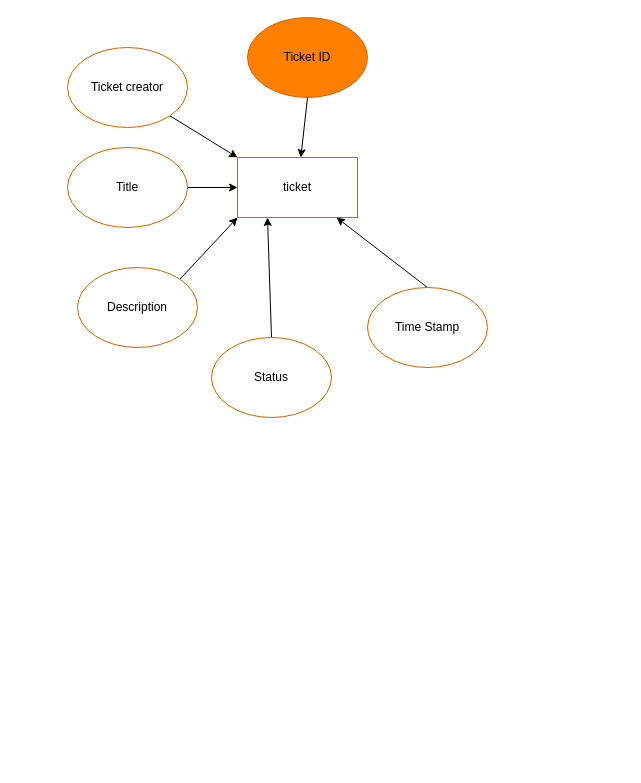
The draw.io diagram page "ERR_MVP" (4 of 4) of Final_projet.drawio in jake4327/Final_Project, before the edit. Source tidied: cells renumbered, new cells numbered last; positions are measured from the earlier drawing's top-left corner, leaving out a move shared by most shapes. Both pictures are drawn from the tidied source at 100%, with x=0, y=0 at pixel (67, 17).
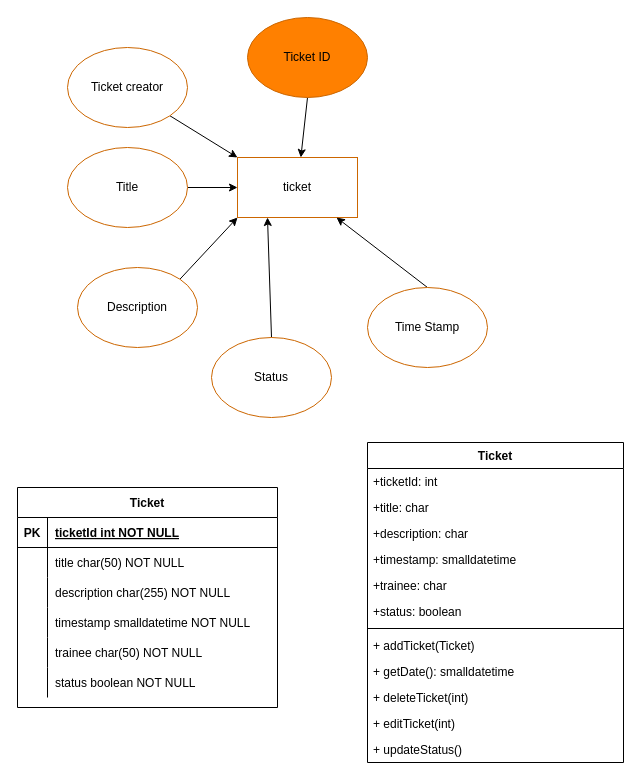
The same diagram, later.

The edit, as a diff of the source:
```diff
@@
+    <mxCell id="15" value="Ticket" style="shape=table;startSize=30;childLayout=tableLayout;rowLines=0;fontStyle=1;align=center;" parent="1" vertex="1">
+      <mxGeometry x="-50" y="470" width="260" height="220" as="geometry" />
+    </mxCell>
+    <mxCell id="16" style="shape=partialRectangle;fillColor=none;top=0;left=0;bottom=1;right=0;" parent="15" vertex="1">
+      <mxGeometry y="30" width="260" height="30" as="geometry" />
+    </mxCell>
+    <mxCell id="17" value="PK" style="shape=partialRectangle;fillColor=none;top=0;left=0;bottom=0;right=0;fontStyle=1;overflow=hidden;" parent="16" vertex="1">
+      <mxGeometry width="30" height="30" as="geometry" />
+    </mxCell>
+    <mxCell id="18" value="ticketId int NOT NULL" style="shape=partialRectangle;fillColor=none;top=0;left=0;bottom=0;right=0;align=left;spacingLeft=6;fontStyle=5;overflow=hidden;" parent="16" vertex="1">
+      <mxGeometry x="30" width="230" height="30" as="geometry" />
+    </mxCell>
+    <mxCell id="19" style="shape=partialRectangle;fillColor=none;top=0;left=0;bottom=0;right=0;" parent="15" vertex="1">
+      <mxGeometry y="60" width="260" height="30" as="geometry" />
+    </mxCell>
+    <mxCell id="20" style="shape=partialRectangle;fillColor=none;top=0;left=0;bottom=0;right=0;overflow=hidden;" parent="19" vertex="1">
+      <mxGeometry width="30" height="30" as="geometry" />
+    </mxCell>
+    <mxCell id="21" value="title char(50) NOT NULL" style="shape=partialRectangle;fillColor=none;top=0;left=0;bottom=0;right=0;align=left;spacingLeft=6;overflow=hidden;" parent="19" vertex="1">
+      <mxGeometry x="30" width="230" height="30" as="geometry" />
+    </mxCell>
+    <mxCell id="22" style="shape=partialRectangle;fillColor=none;top=0;left=0;bottom=0;right=0;" parent="15" vertex="1">
+      <mxGeometry y="90" width="260" height="30" as="geometry" />
+    </mxCell>
+    <mxCell id="23" style="shape=partialRectangle;fillColor=none;top=0;left=0;bottom=0;right=0;overflow=hidden;" parent="22" vertex="1">
+      <mxGeometry width="30" height="30" as="geometry" />
+    </mxCell>
+    <mxCell id="24" value="description char(255) NOT NULL" style="shape=partialRectangle;fillColor=none;top=0;left=0;bottom=0;right=0;align=left;spacingLeft=6;overflow=hidden;" parent="22" vertex="1">
+      <mxGeometry x="30" width="230" height="30" as="geometry" />
+    </mxCell>
+    <mxCell id="25" style="shape=partialRectangle;fillColor=none;top=0;left=0;bottom=0;right=0;" parent="15" vertex="1">
+      <mxGeometry y="120" width="260" height="30" as="geometry" />
+    </mxCell>
+    <mxCell id="26" style="shape=partialRectangle;fillColor=none;top=0;left=0;bottom=0;right=0;overflow=hidden;" parent="25" vertex="1">
+      <mxGeometry width="30" height="30" as="geometry" />
+    </mxCell>
+    <mxCell id="27" value="timestamp smalldatetime NOT NULL" style="shape=partialRectangle;fillColor=none;top=0;left=0;bottom=0;right=0;align=left;spacingLeft=6;overflow=hidden;" parent="25" vertex="1">
+      <mxGeometry x="30" width="230" height="30" as="geometry" />
+    </mxCell>
+    <mxCell id="28" style="shape=partialRectangle;fillColor=none;top=0;left=0;bottom=0;right=0;" parent="15" vertex="1">
+      <mxGeometry y="150" width="260" height="30" as="geometry" />
+    </mxCell>
+    <mxCell id="29" style="shape=partialRectangle;fillColor=none;top=0;left=0;bottom=0;right=0;overflow=hidden;" parent="28" vertex="1">
+      <mxGeometry width="30" height="30" as="geometry" />
+    </mxCell>
+    <mxCell id="30" value="trainee char(50) NOT NULL" style="shape=partialRectangle;fillColor=none;top=0;left=0;bottom=0;right=0;align=left;spacingLeft=6;overflow=hidden;" parent="28" vertex="1">
+      <mxGeometry x="30" width="230" height="30" as="geometry" />
+    </mxCell>
+    <mxCell id="31" style="shape=partialRectangle;fillColor=none;top=0;left=0;bottom=0;right=0;" parent="15" vertex="1">
+      <mxGeometry y="180" width="260" height="30" as="geometry" />
+    </mxCell>
+    <mxCell id="32" style="shape=partialRectangle;fillColor=none;top=0;left=0;bottom=0;right=0;overflow=hidden;" parent="31" vertex="1">
+      <mxGeometry width="30" height="30" as="geometry" />
+    </mxCell>
+    <mxCell id="33" value="status boolean NOT NULL" style="shape=partialRectangle;fillColor=none;top=0;left=0;bottom=0;right=0;align=left;spacingLeft=6;overflow=hidden;" parent="31" vertex="1">
+      <mxGeometry x="30" width="230" height="30" as="geometry" />
+    </mxCell>
+    <mxCell id="34" value="Ticket" style="swimlane;fontStyle=1;align=center;verticalAlign=top;horizontal=1;startSize=26;" parent="1" vertex="1">
+      <mxGeometry x="300" y="425" width="256" height="320" as="geometry" />
+    </mxCell>
+    <mxCell id="35" value="+ticketId: int" style="text;strokeColor=none;fillColor=none;align=left;verticalAlign=top;spacingLeft=4;spacingRight=4;overflow=hidden;" parent="34" vertex="1">
+      <mxGeometry y="26" width="256" height="26" as="geometry" />
+    </mxCell>
+    <mxCell id="36" value="+title: char" style="text;strokeColor=none;fillColor=none;align=left;verticalAlign=top;spacingLeft=4;spacingRight=4;overflow=hidden;" parent="34" vertex="1">
+      <mxGeometry y="52" width="256" height="26" as="geometry" />
+    </mxCell>
+    <mxCell id="37" value="+description: char" style="text;strokeColor=none;fillColor=none;align=left;verticalAlign=top;spacingLeft=4;spacingRight=4;overflow=hidden;" parent="34" vertex="1">
+      <mxGeometry y="78" width="256" height="26" as="geometry" />
+    </mxCell>
+    <mxCell id="38" value="+timestamp: smalldatetime" style="text;strokeColor=none;fillColor=none;align=left;verticalAlign=top;spacingLeft=4;spacingRight=4;overflow=hidden;" parent="34" vertex="1">
+      <mxGeometry y="104" width="256" height="26" as="geometry" />
+    </mxCell>
+    <mxCell id="39" value="+trainee: char" style="text;strokeColor=none;fillColor=none;align=left;verticalAlign=top;spacingLeft=4;spacingRight=4;overflow=hidden;" parent="34" vertex="1">
+      <mxGeometry y="130" width="256" height="26" as="geometry" />
+    </mxCell>
+    <mxCell id="40" value="+status: boolean" style="text;strokeColor=none;fillColor=none;align=left;verticalAlign=top;spacingLeft=4;spacingRight=4;overflow=hidden;" parent="34" vertex="1">
+      <mxGeometry y="156" width="256" height="26" as="geometry" />
+    </mxCell>
+    <mxCell id="41" style="line;strokeWidth=1;fillColor=none;align=left;verticalAlign=middle;spacingTop=-1;spacingLeft=3;spacingRight=3;labelPosition=right;" parent="34" vertex="1">
+      <mxGeometry y="182" width="256" height="8" as="geometry" />
+    </mxCell>
+    <mxCell id="42" value="+ addTicket(Ticket)" style="text;strokeColor=none;fillColor=none;align=left;verticalAlign=top;spacingLeft=4;spacingRight=4;overflow=hidden;" parent="34" vertex="1">
+      <mxGeometry y="190" width="256" height="26" as="geometry" />
+    </mxCell>
+    <mxCell id="43" value="+ getDate(): smalldatetime" style="text;strokeColor=none;fillColor=none;align=left;verticalAlign=top;spacingLeft=4;spacingRight=4;overflow=hidden;" parent="34" vertex="1">
+      <mxGeometry y="216" width="256" height="26" as="geometry" />
+    </mxCell>
+    <mxCell id="44" value="+ deleteTicket(int)" style="text;strokeColor=none;fillColor=none;align=left;verticalAlign=top;spacingLeft=4;spacingRight=4;overflow=hidden;" parent="34" vertex="1">
+      <mxGeometry y="242" width="256" height="26" as="geometry" />
+    </mxCell>
+    <mxCell id="45" value="+ editTicket(int)" style="text;strokeColor=none;fillColor=none;align=left;verticalAlign=top;spacingLeft=4;spacingRight=4;overflow=hidden;" parent="34" vertex="1">
+      <mxGeometry y="268" width="256" height="26" as="geometry" />
+    </mxCell>
+    <mxCell id="46" value="+ updateStatus()" style="text;strokeColor=none;fillColor=none;align=left;verticalAlign=top;spacingLeft=4;spacingRight=4;overflow=hidden;" parent="34" vertex="1">
+      <mxGeometry y="294" width="256" height="26" as="geometry" />
+    </mxCell>
```
